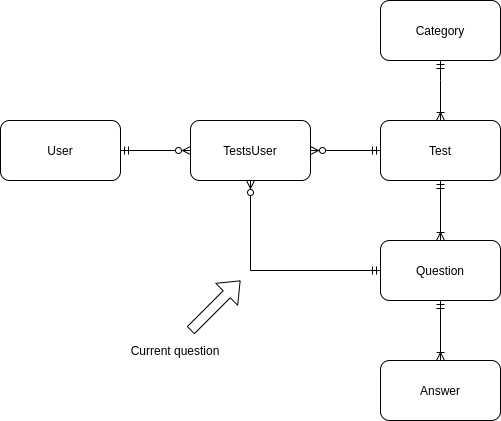
The draw.io diagram TestGuru ERD.png in BorisPoluianov/TestGuru, before a commit. Source tidied: cells renumbered, new cells last; positions are measured from the earlier drawing's top-left corner, leaving out a move shared by most shapes. Its diagram source:
```xml
<mxGraphModel>
  <root>
    <mxCell id="0" />
    <mxCell id="1" parent="0" />
    <mxCell id="2" value="Answer" style="rounded=1;whiteSpace=wrap;html=1;" parent="1" vertex="1">
      <mxGeometry x="380" y="360" width="120" height="60" as="geometry" />
    </mxCell>
    <mxCell id="3" style="edgeStyle=orthogonalEdgeStyle;rounded=0;jettySize=auto;html=1;startArrow=ERmandOne;startFill=0;endArrow=ERoneToMany;endFill=0;" parent="1" edge="1" source="5" target="2">
      <mxGeometry relative="1" as="geometry" />
    </mxCell>
    <mxCell id="4" style="edgeStyle=orthogonalEdgeStyle;rounded=0;comic=0;jettySize=auto;html=1;entryX=0.5;entryY=1;entryDx=0;entryDy=0;shadow=0;startArrow=ERmandOne;startFill=0;endArrow=ERzeroToMany;endFill=1;" parent="1" edge="1" source="5" target="11">
      <mxGeometry relative="1" as="geometry" />
    </mxCell>
    <mxCell id="5" value="Question" style="rounded=1;whiteSpace=wrap;html=1;" parent="1" vertex="1">
      <mxGeometry x="380" y="240" width="120" height="60" as="geometry" />
    </mxCell>
    <mxCell id="6" style="edgeStyle=orthogonalEdgeStyle;rounded=0;jettySize=auto;html=1;startArrow=ERmandOne;startFill=0;endArrow=ERoneToMany;endFill=0;" parent="1" edge="1" source="8" target="5">
      <mxGeometry relative="1" as="geometry" />
    </mxCell>
    <mxCell id="7" style="edgeStyle=orthogonalEdgeStyle;rounded=0;jettySize=auto;html=1;endArrow=ERmandOne;endFill=0;startArrow=ERoneToMany;startFill=0;" parent="1" edge="1" source="8" target="9">
      <mxGeometry relative="1" as="geometry">
        <Array as="points">
          <mxPoint x="440" y="80" />
          <mxPoint x="440" y="80" />
        </Array>
      </mxGeometry>
    </mxCell>
    <mxCell id="8" value="Test" style="rounded=1;whiteSpace=wrap;html=1;" parent="1" vertex="1">
      <mxGeometry x="380" y="120" width="120" height="60" as="geometry" />
    </mxCell>
    <mxCell id="9" value="Category" style="rounded=1;whiteSpace=wrap;html=1;" parent="1" vertex="1">
      <mxGeometry x="380" width="120" height="60" as="geometry" />
    </mxCell>
    <mxCell id="10" style="edgeStyle=orthogonalEdgeStyle;rounded=0;jettySize=auto;html=1;endArrow=ERmandOne;endFill=0;startArrow=ERzeroToMany;startFill=1;" parent="1" edge="1" source="11" target="8">
      <mxGeometry relative="1" as="geometry" />
    </mxCell>
    <mxCell id="11" value="TestsUser" style="rounded=1;whiteSpace=wrap;html=1;" parent="1" vertex="1">
      <mxGeometry x="190" y="120" width="120" height="60" as="geometry" />
    </mxCell>
    <mxCell id="12" style="edgeStyle=orthogonalEdgeStyle;rounded=0;jettySize=auto;html=1;shadow=0;comic=0;endArrow=ERzeroToMany;endFill=1;startArrow=ERmandOne;startFill=0;" parent="1" edge="1" source="13" target="11">
      <mxGeometry relative="1" as="geometry" />
    </mxCell>
    <mxCell id="13" value="User" style="rounded=1;whiteSpace=wrap;html=1;" parent="1" vertex="1">
      <mxGeometry y="120" width="120" height="60" as="geometry" />
    </mxCell>
    <mxCell id="14" style="shape=flexArrow;endArrow=classic;html=1;" parent="1" edge="1">
      <mxGeometry relative="1" as="geometry">
        <mxPoint x="190" y="330" as="sourcePoint" />
        <mxPoint x="240" y="280" as="targetPoint" />
      </mxGeometry>
    </mxCell>
    <mxCell id="15" value="Current question" style="text;html=1;strokeColor=none;fillColor=none;align=center;verticalAlign=middle;whiteSpace=wrap;rounded=0;" parent="1" vertex="1">
      <mxGeometry x="120" y="340" width="110" height="20" as="geometry" />
    </mxCell>
  </root>
</mxGraphModel>
```
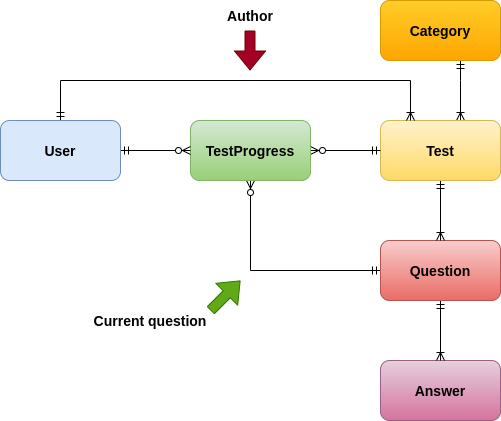
The same diagram one commit later.

What changed in the source:
```diff
@@ -2,7 +2,7 @@
   <root>
     <mxCell id="0" />
     <mxCell id="1" parent="0" />
-    <mxCell id="2" value="Answer" style="rounded=1;whiteSpace=wrap;html=1;" parent="1" vertex="1">
+    <mxCell id="2" value="&lt;font style=&quot;font-size: 14px&quot;&gt;&lt;b&gt;Answer&lt;/b&gt;&lt;/font&gt;" style="rounded=1;whiteSpace=wrap;html=1;gradientColor=#d5739d;fillColor=#e6d0de;strokeColor=#996185;" parent="1" vertex="1">
       <mxGeometry x="380" y="360" width="120" height="60" as="geometry" />
     </mxCell>
     <mxCell id="3" style="edgeStyle=orthogonalEdgeStyle;rounded=0;jettySize=auto;html=1;startArrow=ERmandOne;startFill=0;endArrow=ERoneToMany;endFill=0;" parent="1" edge="1" source="5" target="2">
@@ -11,7 +11,7 @@
     <mxCell id="4" style="edgeStyle=orthogonalEdgeStyle;rounded=0;comic=0;jettySize=auto;html=1;entryX=0.5;entryY=1;entryDx=0;entryDy=0;shadow=0;startArrow=ERmandOne;startFill=0;endArrow=ERzeroToMany;endFill=1;" parent="1" edge="1" source="5" target="11">
       <mxGeometry relative="1" as="geometry" />
     </mxCell>
-    <mxCell id="5" value="Question" style="rounded=1;whiteSpace=wrap;html=1;" parent="1" vertex="1">
+    <mxCell id="5" value="&lt;font style=&quot;font-size: 14px&quot;&gt;&lt;b&gt;Question&lt;/b&gt;&lt;/font&gt;" style="rounded=1;whiteSpace=wrap;html=1;gradientColor=#ea6b66;fillColor=#f8cecc;strokeColor=#b85450;" parent="1" vertex="1">
       <mxGeometry x="380" y="240" width="120" height="60" as="geometry" />
     </mxCell>
     <mxCell id="6" style="edgeStyle=orthogonalEdgeStyle;rounded=0;jettySize=auto;html=1;startArrow=ERmandOne;startFill=0;endArrow=ERoneToMany;endFill=0;" parent="1" edge="1" source="8" target="5">
@@ -20,37 +20,54 @@
     <mxCell id="7" style="edgeStyle=orthogonalEdgeStyle;rounded=0;jettySize=auto;html=1;endArrow=ERmandOne;endFill=0;startArrow=ERoneToMany;startFill=0;" parent="1" edge="1" source="8" target="9">
       <mxGeometry relative="1" as="geometry">
         <Array as="points">
-          <mxPoint x="440" y="80" />
-          <mxPoint x="440" y="80" />
+          <mxPoint x="460" y="80" />
+          <mxPoint x="460" y="80" />
         </Array>
       </mxGeometry>
     </mxCell>
-    <mxCell id="8" value="Test" style="rounded=1;whiteSpace=wrap;html=1;" parent="1" vertex="1">
+    <mxCell id="8" value="&lt;b&gt;&lt;font style=&quot;font-size: 14px&quot;&gt;Test&lt;/font&gt;&lt;/b&gt;" style="rounded=1;whiteSpace=wrap;html=1;gradientColor=#ffd966;fillColor=#fff2cc;strokeColor=#d6b656;" parent="1" vertex="1">
       <mxGeometry x="380" y="120" width="120" height="60" as="geometry" />
     </mxCell>
-    <mxCell id="9" value="Category" style="rounded=1;whiteSpace=wrap;html=1;" parent="1" vertex="1">
+    <mxCell id="9" value="&lt;font style=&quot;font-size: 14px&quot;&gt;&lt;b&gt;Category&lt;/b&gt;&lt;/font&gt;" style="rounded=1;whiteSpace=wrap;html=1;gradientColor=#ffa500;fillColor=#ffcd28;strokeColor=#d79b00;" parent="1" vertex="1">
       <mxGeometry x="380" width="120" height="60" as="geometry" />
     </mxCell>
     <mxCell id="10" style="edgeStyle=orthogonalEdgeStyle;rounded=0;jettySize=auto;html=1;endArrow=ERmandOne;endFill=0;startArrow=ERzeroToMany;startFill=1;" parent="1" edge="1" source="11" target="8">
       <mxGeometry relative="1" as="geometry" />
     </mxCell>
-    <mxCell id="11" value="TestsUser" style="rounded=1;whiteSpace=wrap;html=1;" parent="1" vertex="1">
+    <mxCell id="11" value="&lt;b&gt;&lt;font style=&quot;font-size: 14px&quot;&gt;TestProgress&lt;/font&gt;&lt;/b&gt;" style="rounded=1;whiteSpace=wrap;html=1;fillColor=#d5e8d4;strokeColor=#82b366;gradientColor=#97d077;" parent="1" vertex="1">
       <mxGeometry x="190" y="120" width="120" height="60" as="geometry" />
     </mxCell>
     <mxCell id="12" style="edgeStyle=orthogonalEdgeStyle;rounded=0;jettySize=auto;html=1;shadow=0;comic=0;endArrow=ERzeroToMany;endFill=1;startArrow=ERmandOne;startFill=0;" parent="1" edge="1" source="13" target="11">
       <mxGeometry relative="1" as="geometry" />
     </mxCell>
+    <mxCell id="16" style="edgeStyle=orthogonalEdgeStyle;rounded=0;jettySize=auto;html=1;entryX=0.25;entryY=0;entryDx=0;entryDy=0;endArrow=ERoneToMany;endFill=0;startArrow=ERmandOne;startFill=0;" parent="1" edge="1" source="13" target="8">
+      <mxGeometry relative="1" as="geometry">
+        <Array as="points">
+          <mxPoint x="60" y="80" />
+          <mxPoint x="410" y="80" />
+        </Array>
+      </mxGeometry>
+    </mxCell>
-    <mxCell id="13" value="User" style="rounded=1;whiteSpace=wrap;html=1;" parent="1" vertex="1">
+    <mxCell id="13" value="&lt;font style=&quot;font-size: 14px&quot;&gt;&lt;b&gt;User&lt;/b&gt;&lt;/font&gt;" style="rounded=1;whiteSpace=wrap;html=1;fillColor=#dae8fc;strokeColor=#6c8ebf;" parent="1" vertex="1">
       <mxGeometry y="120" width="120" height="60" as="geometry" />
     </mxCell>
-    <mxCell id="14" style="shape=flexArrow;endArrow=classic;html=1;" parent="1" edge="1">
-      <mxGeometry relative="1" as="geometry">
-        <mxPoint x="190" y="330" as="sourcePoint" />
-        <mxPoint x="240" y="280" as="targetPoint" />
-      </mxGeometry>
-    </mxCell>
-    <mxCell id="15" value="Current question" style="text;html=1;strokeColor=none;fillColor=none;align=center;verticalAlign=middle;whiteSpace=wrap;rounded=0;" parent="1" vertex="1">
-      <mxGeometry x="120" y="340" width="110" height="20" as="geometry" />
+    <mxCell id="15" value="&lt;font style=&quot;font-size: 14px&quot;&gt;&lt;b&gt;Current question&lt;/b&gt;&lt;/font&gt;" style="text;html=1;strokeColor=none;fillColor=none;align=center;verticalAlign=middle;whiteSpace=wrap;rounded=0;" parent="1" vertex="1">
+      <mxGeometry x="40" y="300" width="220" height="40" as="geometry" />
     </mxCell>
+    <mxCell id="17" value="&lt;font style=&quot;font-size: 14px&quot;&gt;&lt;b&gt;Author&lt;/b&gt;&lt;/font&gt;" style="text;html=1;strokeColor=none;fillColor=none;align=center;verticalAlign=middle;whiteSpace=wrap;rounded=0;" parent="1" vertex="1">
+      <mxGeometry x="170" width="160" height="30" as="geometry" />
+    </mxCell>
+    <mxCell id="18" style="shape=flexArrow;endArrow=classic;html=1;strokeColor=#2D7600;fillColor=#60a917;" parent="1" edge="1">
+      <mxGeometry relative="1" as="geometry">
+        <mxPoint x="210" y="310" as="sourcePoint" />
+        <mxPoint x="240" y="280" as="targetPoint" />
+      </mxGeometry>
+    </mxCell>
+    <mxCell id="19" style="shape=flexArrow;endArrow=classic;html=1;strokeColor=#6F0000;fillColor=#a20025;gradientColor=none;" parent="1" edge="1">
+      <mxGeometry relative="1" as="geometry">
+        <mxPoint x="249.5" y="30" as="sourcePoint" />
+        <mxPoint x="249.5" y="70" as="targetPoint" />
+      </mxGeometry>
+    </mxCell>
   </root>
 </mxGraphModel>
```
